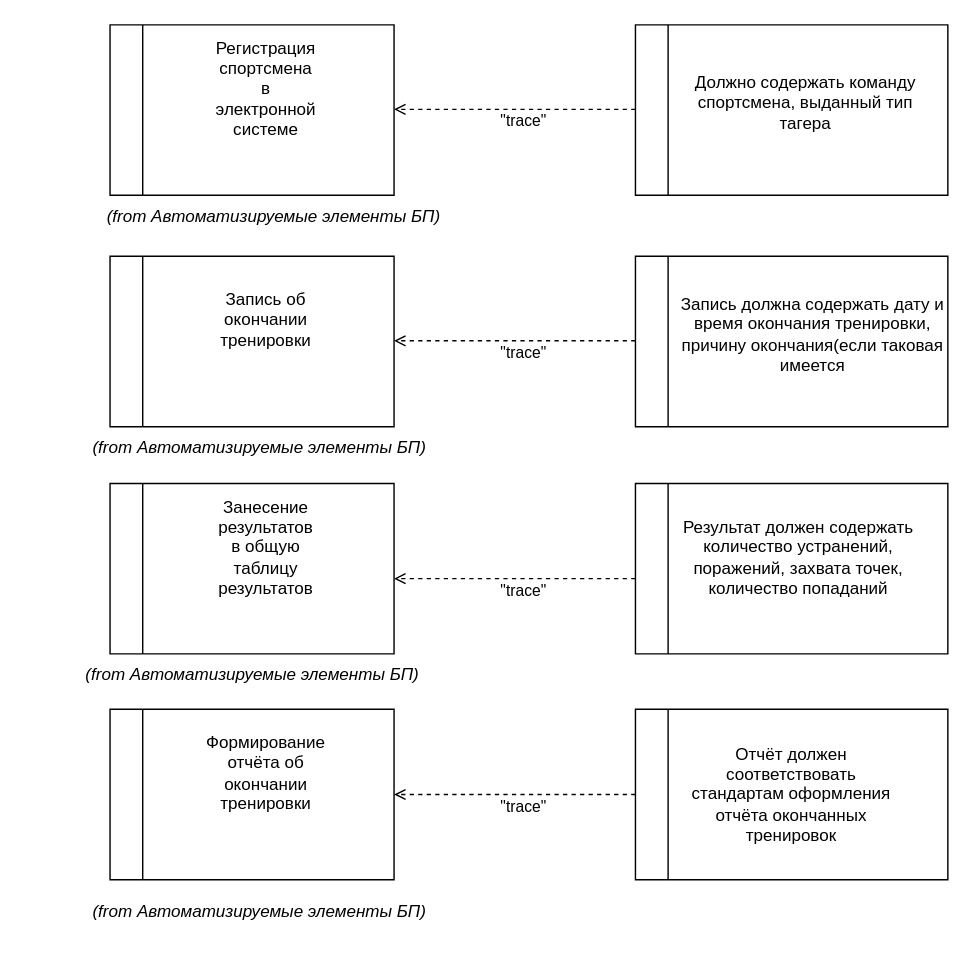
Above: Решения/Часть 2. Схемы/Состав требований.drawio in VentoAureo12/Projecting-n-Design (draw.io), before the change. Source tidied: cells renumbered, new cells numbered last; positions are measured from the earlier drawing's top-left corner, leaving out a move shared by most shapes. Both pictures are drawn from the tidied source at 142%, with x=0, y=0 at pixel (60, 24).
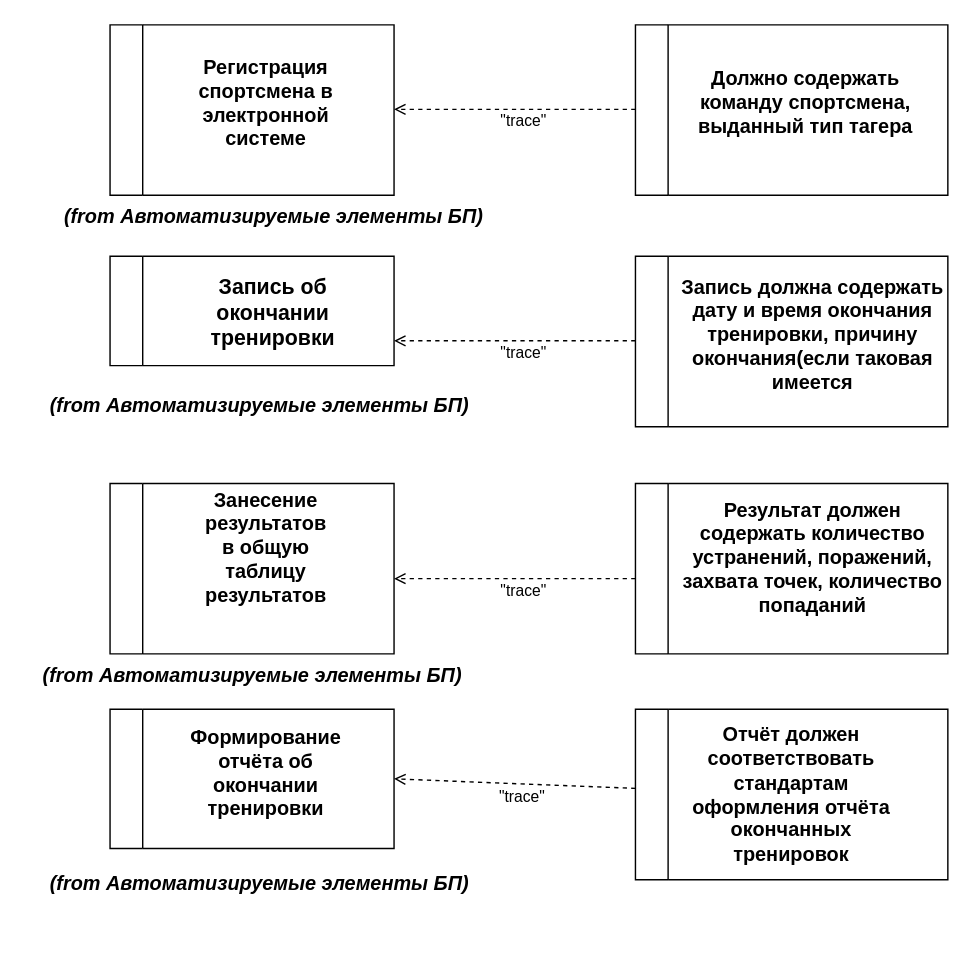
After the change.

The change refers to these unchanged cells:
```xml
<mxCell id="4" style="swimlane;horizontal=0;whiteSpace=wrap;html=1;" parent="1" vertex="1">
  <mxGeometry x="405" y="163" width="220" height="120" as="geometry" />
</mxCell>
<mxCell id="6" style="swimlane;horizontal=0;whiteSpace=wrap;html=1;" parent="1" vertex="1">
  <mxGeometry x="35" width="200" height="120" as="geometry" />
</mxCell>
<mxCell id="8" style="swimlane;horizontal=0;whiteSpace=wrap;html=1;" parent="1" vertex="1">
  <mxGeometry x="405" y="323" width="220" height="120" as="geometry" />
</mxCell>
<mxCell id="10" style="swimlane;horizontal=0;whiteSpace=wrap;html=1;" parent="1" vertex="1">
  <mxGeometry x="405" width="220" height="120" as="geometry" />
</mxCell>
<mxCell id="14" style="swimlane;horizontal=0;whiteSpace=wrap;html=1;" parent="1" vertex="1">
  <mxGeometry x="35" y="323" width="200" height="120" as="geometry" />
</mxCell>
<mxCell id="18" style="swimlane;horizontal=0;whiteSpace=wrap;html=1;" parent="1" vertex="1">
  <mxGeometry x="405" y="482" width="220" height="120" as="geometry" />
</mxCell>
```

Diff of the diagram source:
```diff
@@
     <mxCell id="2" style="swimlane;horizontal=0;whiteSpace=wrap;html=1;" parent="1" vertex="1">
-      <mxGeometry x="35" y="482" width="200" height="120" as="geometry" />
+      <mxGeometry x="35" y="482" width="200" height="98" as="geometry" />
     </mxCell>
-    <mxCell id="3" value="Формирование отчёта об окончании тренировки" style="text;html=1;strokeColor=none;fillColor=none;align=center;verticalAlign=middle;whiteSpace=wrap;rounded=0;" parent="2" vertex="1">
+    <mxCell id="3" value="Формирование отчёта об окончании тренировки" style="text;html=1;strokeColor=none;fillColor=none;align=center;verticalAlign=middle;whiteSpace=wrap;rounded=0;fontStyle=1;fontSize=14;" parent="2" vertex="1">
       <mxGeometry x="80" y="30" width="60" height="30" as="geometry" />
     </mxCell>
@@
-    <mxCell id="5" value="Запись должна содержать дату и время окончания тренировки, причину окончания(если таковая имеется" style="text;html=1;strokeColor=none;fillColor=none;align=center;verticalAlign=middle;whiteSpace=wrap;rounded=0;" parent="4" vertex="1">
+    <mxCell id="5" value="Запись должна содержать дату и время окончания тренировки, причину окончания(если таковая имеется" style="text;html=1;strokeColor=none;fillColor=none;align=center;verticalAlign=middle;whiteSpace=wrap;rounded=0;fontStyle=1;fontSize=14;" parent="4" vertex="1">
       <mxGeometry x="30" y="40" width="190" height="30" as="geometry" />
     </mxCell>
@@
-    <mxCell id="7" value="Регистрация спортсмена в электронной системе" style="text;html=1;strokeColor=none;fillColor=none;align=center;verticalAlign=middle;whiteSpace=wrap;rounded=0;" parent="6" vertex="1">
-      <mxGeometry x="80" y="30" width="60" height="30" as="geometry" />
+    <mxCell id="7" value="Регистрация спортсмена в электронной системе" style="text;html=1;strokeColor=none;fillColor=none;align=center;verticalAlign=middle;whiteSpace=wrap;rounded=0;fontSize=14;fontStyle=1;" parent="6" vertex="1">
+      <mxGeometry x="60" y="40" width="100" height="30" as="geometry" />
     </mxCell>
@@
-    <mxCell id="9" value="Результат должен содержать количество устранений, поражений, захвата точек, количество попаданий" style="text;html=1;strokeColor=none;fillColor=none;align=center;verticalAlign=middle;whiteSpace=wrap;rounded=0;" parent="8" vertex="1">
-      <mxGeometry x="20" y="37" width="190" height="30" as="geometry" />
+    <mxCell id="9" value="Результат должен содержать количество устранений, поражений, захвата точек, количество попаданий" style="text;html=1;strokeColor=none;fillColor=none;align=center;verticalAlign=middle;whiteSpace=wrap;rounded=0;fontSize=14;fontStyle=1;" parent="8" vertex="1">
+      <mxGeometry x="30" y="37" width="190" height="30" as="geometry" />
     </mxCell>
@@
-    <mxCell id="11" value="Должно содержать команду спортсмена, выданный тип тагера" style="text;html=1;strokeColor=none;fillColor=none;align=center;verticalAlign=middle;whiteSpace=wrap;rounded=0;" parent="10" vertex="1">
+    <mxCell id="11" value="Должно содержать команду спортсмена, выданный тип тагера" style="text;html=1;strokeColor=none;fillColor=none;align=center;verticalAlign=middle;whiteSpace=wrap;rounded=0;fontStyle=1;fontSize=14;" parent="10" vertex="1">
       <mxGeometry x="40" y="40" width="160" height="30" as="geometry" />
     </mxCell>
-    <mxCell id="12" style="swimlane;horizontal=0;whiteSpace=wrap;html=1;" parent="1" vertex="1">
-      <mxGeometry x="35" y="163" width="200" height="120" as="geometry" />
+    <mxCell id="12" style="swimlane;horizontal=0;whiteSpace=wrap;html=1;fontStyle=1;" parent="1" vertex="1">
+      <mxGeometry x="35" y="163" width="200" height="77" as="geometry" />
     </mxCell>
-    <mxCell id="13" value="Запись об окончании тренировки" style="text;html=1;strokeColor=none;fillColor=none;align=center;verticalAlign=middle;whiteSpace=wrap;rounded=0;" parent="12" vertex="1">
-      <mxGeometry x="80" y="30" width="60" height="30" as="geometry" />
+    <mxCell id="13" value="Запись об окончании тренировки" style="text;html=1;strokeColor=none;fillColor=none;align=center;verticalAlign=middle;whiteSpace=wrap;rounded=0;fontStyle=1;fontSize=15;" parent="12" vertex="1">
+      <mxGeometry x="70" y="23.5" width="90" height="30" as="geometry" />
     </mxCell>
@@
-    <mxCell id="15" value="Занесение результатов в общую таблицу результатов" style="text;html=1;strokeColor=none;fillColor=none;align=center;verticalAlign=middle;whiteSpace=wrap;rounded=0;" parent="14" vertex="1">
+    <mxCell id="15" value="Занесение результатов в общую таблицу результатов" style="text;html=1;strokeColor=none;fillColor=none;align=center;verticalAlign=middle;whiteSpace=wrap;rounded=0;fontStyle=1;fontSize=14;" parent="14" vertex="1">
       <mxGeometry x="80" y="30" width="60" height="30" as="geometry" />
     </mxCell>
-    <mxCell id="16" style="edgeStyle=orthogonalEdgeStyle;rounded=0;jettySize=auto;html=1;entryX=1;entryY=0.5;entryDx=0;entryDy=0;endArrow=open;endFill=0;dashed=1;" parent="1" edge="1" source="18" target="2">
+    <mxCell id="16" style="rounded=0;jettySize=auto;html=1;entryX=1;entryY=0.5;entryDx=0;entryDy=0;endArrow=open;endFill=0;dashed=1;" parent="1" edge="1" source="18" target="2">
       <mxGeometry relative="1" as="geometry" />
     </mxCell>
@@
-    <mxCell id="19" value="Отчёт должен соответствовать стандартам оформления отчёта окончанных тренировок" style="text;html=1;strokeColor=none;fillColor=none;align=center;verticalAlign=middle;whiteSpace=wrap;rounded=0;" parent="18" vertex="1">
+    <mxCell id="19" value="Отчёт должен соответствовать стандартам оформления отчёта окончанных тренировок" style="text;html=1;strokeColor=none;fillColor=none;align=center;verticalAlign=middle;whiteSpace=wrap;rounded=0;fontStyle=1;fontSize=14;" parent="18" vertex="1">
       <mxGeometry x="30" y="42.5" width="160" height="35" as="geometry" />
     </mxCell>
-    <mxCell id="20" value="(from Автоматизируемые элементы БП)" style="text;html=1;align=center;verticalAlign=middle;strokeColor=none;fillColor=none;fontStyle=2;" parent="1" vertex="1">
-      <mxGeometry x="15" y="120" width="270" height="30" as="geometry" />
+    <mxCell id="20" value="(from Автоматизируемые элементы БП)" style="text;html=1;align=center;verticalAlign=middle;strokeColor=none;fillColor=none;fontStyle=3;fontSize=14;" parent="1" vertex="1">
+      <mxGeometry x="-10" y="120" width="320" height="30" as="geometry" />
     </mxCell>
-    <mxCell id="21" value="(from Автоматизируемые элементы БП)" style="text;html=1;align=center;verticalAlign=middle;strokeColor=none;fillColor=none;fontStyle=2;" parent="1" vertex="1">
-      <mxGeometry x="5" y="283" width="270" height="30" as="geometry" />
+    <mxCell id="21" value="&lt;span style=&quot;font-size: 14px;&quot;&gt;(from Автоматизируемые элементы БП)&lt;/span&gt;" style="text;html=1;align=center;verticalAlign=middle;strokeColor=none;fillColor=none;fontStyle=3;fontSize=14;" parent="1" vertex="1">
+      <mxGeometry x="-20" y="253" width="320" height="30" as="geometry" />
     </mxCell>
-    <mxCell id="22" value="(from Автоматизируемые элементы БП)" style="text;html=1;align=center;verticalAlign=middle;strokeColor=none;fillColor=none;fontStyle=2;" parent="1" vertex="1">
-      <mxGeometry y="443" width="270" height="30" as="geometry" />
+    <mxCell id="22" value="(from Автоматизируемые элементы БП)" style="text;html=1;align=center;verticalAlign=middle;strokeColor=none;fillColor=none;fontStyle=3;fontSize=14;" parent="1" vertex="1">
+      <mxGeometry x="-25" y="443" width="320" height="30" as="geometry" />
     </mxCell>
-    <mxCell id="23" value="(from Автоматизируемые элементы БП)" style="text;html=1;align=center;verticalAlign=middle;strokeColor=none;fillColor=none;fontStyle=2;" parent="1" vertex="1">
-      <mxGeometry x="5" y="610" width="270" height="30" as="geometry" />
+    <mxCell id="23" value="(from Автоматизируемые элементы БП)" style="text;html=1;align=center;verticalAlign=middle;strokeColor=none;fillColor=none;fontStyle=3;fontSize=14;" parent="1" vertex="1">
+      <mxGeometry x="-20" y="590" width="320" height="30" as="geometry" />
     </mxCell>
```
